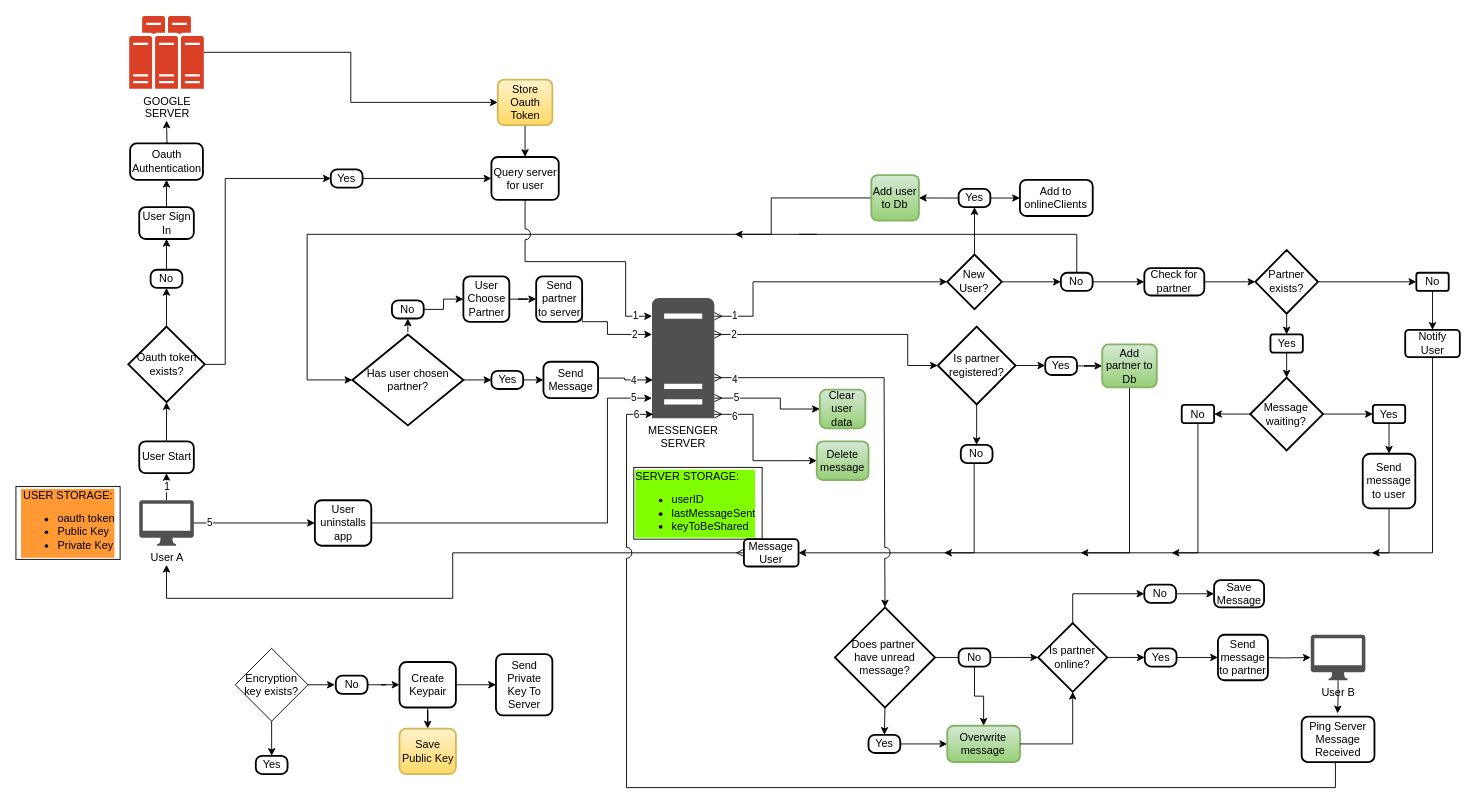
This is mini_messenger_flowchart.drawio from gitupwithit/mini_messenger_extension, a draw.io file, before an edit. Source tidied: cells renumbered, new cells numbered last; positions are measured from the earlier drawing's top-left corner, leaving out a move shared by most shapes. Both pictures are drawn from the tidied source at 91%, with x=0, y=0 at pixel (15, 15).
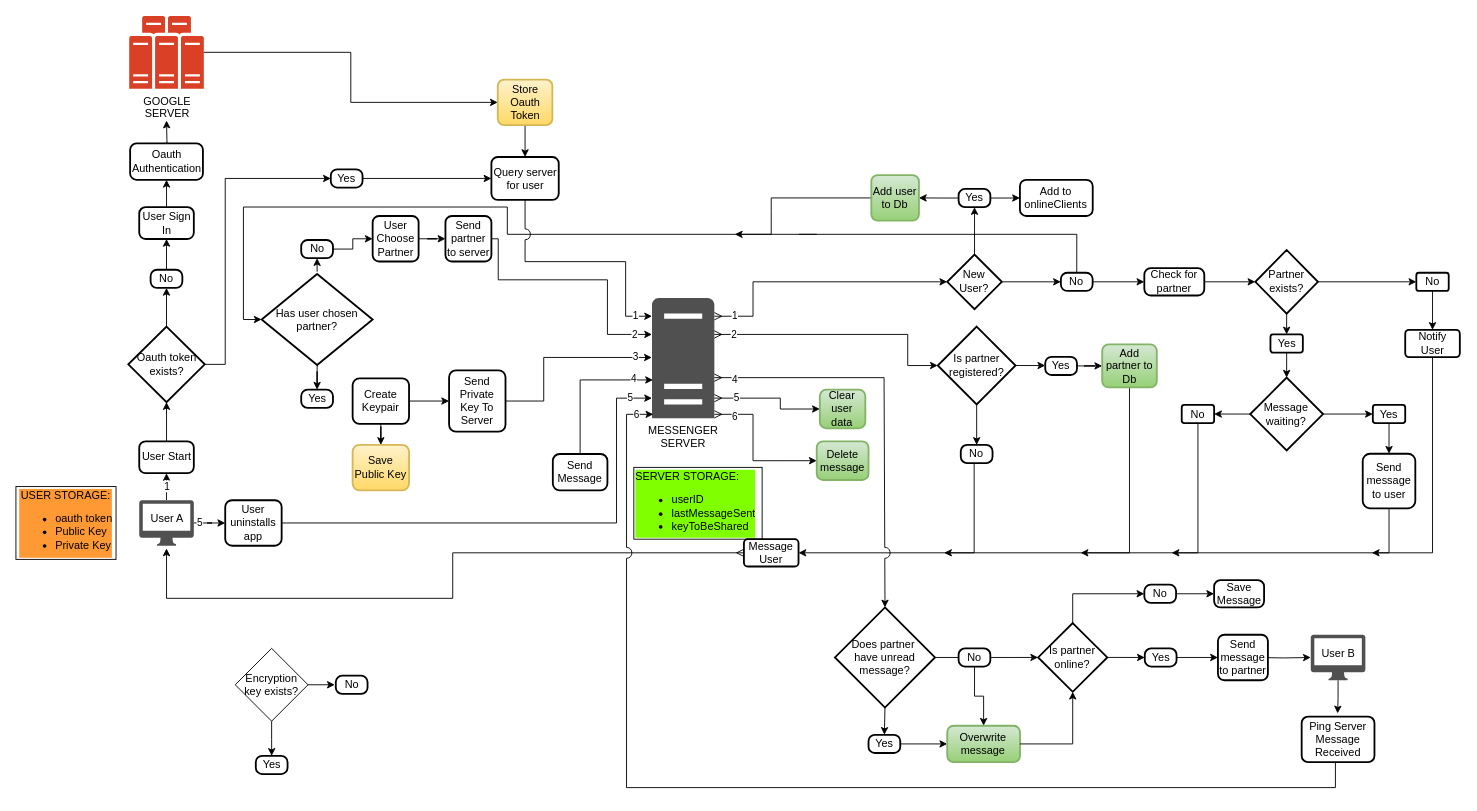
The same page after the edit.

Unchanged cells that the change refers to:
```xml
<mxCell id="8" value="MESSENGER&lt;br&gt;SERVER" style="sketch=0;shadow=0;dashed=0;html=1;strokeColor=none;fillColor=#505050;labelPosition=center;verticalLabelPosition=bottom;verticalAlign=top;outlineConnect=0;align=center;shape=mxgraph.office.servers.server_generic;points=[[0.11,0.94,0,0,0],[0.5,1,0,0,34],[1,1,0,2,3]];" parent="1" vertex="1">
  <mxGeometry x="699" y="310" width="68.5" height="132" as="geometry" />
</mxCell>
<mxCell id="87" value="Message User" style="whiteSpace=wrap;html=1;rounded=1;arcSize=14;strokeWidth=2;" parent="1" vertex="1">
  <mxGeometry x="800" y="575" width="60" height="30" as="geometry" />
</mxCell>
<mxCell id="118" value="No" style="rounded=1;whiteSpace=wrap;html=1;absoluteArcSize=1;arcSize=14;strokeWidth=2;" parent="1" vertex="1">
  <mxGeometry x="351.5" y="725" width="34.9" height="20" as="geometry" />
</mxCell>
```

Change to the diagram source:
```diff
@@
+    <mxCell id="130" style="rounded=0;jettySize=auto;html=1;exitX=0;exitY=0.5;exitDx=-3;exitDy=0;exitPerimeter=0;entryX=1;entryY=0;entryDx=0;entryDy=0;strokeColor=none;" parent="1" edge="1" source="4" target="128">
+      <mxGeometry relative="1" as="geometry" />
+    </mxCell>
-    <mxCell id="4" value="User A" style="sketch=0;shadow=0;dashed=0;html=1;strokeColor=none;fillColor=#505050;labelPosition=center;verticalLabelPosition=bottom;verticalAlign=top;outlineConnect=0;align=center;shape=mxgraph.office.devices.mac_client;points=[[0.02,0.06,0,0,0],[0.5,1,0,0,27]];" parent="1" vertex="1">
+    <mxCell id="4" value="User A" style="sketch=0;shadow=0;dashed=0;html=1;strokeColor=none;fillColor=#505050;labelPosition=center;verticalLabelPosition=bottom;verticalAlign=top;outlineConnect=0;align=center;shape=mxgraph.office.devices.mac_client;spacingTop=-43;points=[[0,0.5,0,-3,0],[0.5,1,0,0,3]];" parent="1" vertex="1">
       <mxGeometry x="135.5" y="532.2" width="60" height="50" as="geometry" />
     </mxCell>
@@
-    <mxCell id="25" style="edgeStyle=orthogonalEdgeStyle;rounded=0;jettySize=auto;html=1;exitX=0;exitY=0.5;exitDx=0;exitDy=0;entryX=0.5;entryY=1;entryDx=0;entryDy=21;entryPerimeter=0;startArrow=ERmany;startFill=0;flowAnimation=1;" parent="1" edge="1" source="87" target="4">
+    <mxCell id="25" style="edgeStyle=orthogonalEdgeStyle;rounded=0;jettySize=auto;html=1;exitX=0;exitY=0.5;exitDx=0;exitDy=0;startArrow=ERmany;startFill=0;flowAnimation=1;entryX=0.5;entryY=1;entryDx=0;entryDy=3;entryPerimeter=0;" parent="1" edge="1" source="87" target="4">
       <mxGeometry relative="1" as="geometry">
         <Array as="points">
           <mxPoint x="480" y="590" />
           <mxPoint x="480" y="640" />
-          <mxPoint x="165" y="640" />
+          <mxPoint x="166" y="640" />
         </Array>
       </mxGeometry>
     </mxCell>
     <mxCell id="26" style="edgeStyle=orthogonalEdgeStyle;rounded=0;jettySize=auto;html=1;flowAnimation=1;jumpStyle=arc;jumpSize=12;entryX=0;entryY=0.5;entryDx=0;entryDy=0;entryPerimeter=0;" parent="1" edge="1" target="46">
       <mxGeometry relative="1" as="geometry">
         <mxPoint x="830" y="215" as="sourcePoint" />
         <Array as="points">
           <mxPoint x="830" y="240" />
-          <mxPoint x="320" y="240" />
-          <mxPoint x="320" y="400" />
-          <mxPoint x="370" y="400" />
+          <mxPoint x="540" y="240" />
+          <mxPoint x="540" y="210" />
+          <mxPoint x="250" y="210" />
+          <mxPoint x="250" y="334" />
         </Array>
       </mxGeometry>
     </mxCell>
@@
     <mxCell id="44" style="edgeStyle=orthogonalEdgeStyle;rounded=0;jettySize=auto;html=1;exitX=0.5;exitY=0;exitDx=0;exitDy=0;exitPerimeter=0;entryX=0.5;entryY=1;entryDx=0;entryDy=0;" parent="1" edge="1" target="50">
       <mxGeometry relative="1" as="geometry">
-        <mxPoint x="430.7" y="347.5" as="sourcePoint" />
+        <mxPoint x="331" y="281.1" as="sourcePoint" />
       </mxGeometry>
     </mxCell>
-    <mxCell id="45" style="edgeStyle=orthogonalEdgeStyle;rounded=0;jettySize=auto;html=1;exitX=1;exitY=0.5;exitDx=0;exitDy=0;exitPerimeter=0;entryX=0;entryY=0.5;entryDx=0;entryDy=0;" parent="1" edge="1" source="46" target="48">
+    <mxCell id="45" style="edgeStyle=orthogonalEdgeStyle;rounded=0;jettySize=auto;html=1;entryX=0.5;entryY=0;entryDx=0;entryDy=0;" parent="1" edge="1" source="46" target="48">
       <mxGeometry relative="1" as="geometry" />
     </mxCell>
     <mxCell id="46" value="Has user chosen partner?" style="strokeWidth=2;html=1;shape=mxgraph.flowchart.decision;whiteSpace=wrap;" parent="1" vertex="1">
-      <mxGeometry x="369.7" y="350" width="122" height="100" as="geometry" />
+      <mxGeometry x="270" y="283.6" width="122" height="100" as="geometry" />
     </mxCell>
-    <mxCell id="47" style="edgeStyle=orthogonalEdgeStyle;rounded=0;jettySize=auto;html=1;exitX=1;exitY=0.5;exitDx=0;exitDy=0;entryX=0;entryY=0.5;entryDx=0;entryDy=0;" parent="1" edge="1" source="48" target="65">
-      <mxGeometry relative="1" as="geometry" />
-    </mxCell>
     <mxCell id="48" value="Yes" style="rounded=1;whiteSpace=wrap;html=1;absoluteArcSize=1;arcSize=14;strokeWidth=2;" parent="1" vertex="1">
-      <mxGeometry x="522.5" y="390" width="34.9" height="20" as="geometry" />
+      <mxGeometry x="313.5" y="410.7" width="34.9" height="20" as="geometry" />
     </mxCell>
@@
     <mxCell id="50" value="No" style="rounded=1;whiteSpace=wrap;html=1;absoluteArcSize=1;arcSize=14;strokeWidth=2;" parent="1" vertex="1">
-      <mxGeometry x="413.2" y="312.5" width="34.9" height="20" as="geometry" />
+      <mxGeometry x="313.5" y="246.2" width="34.9" height="20" as="geometry" />
     </mxCell>
@@
     <mxCell id="52" value="User Choose Partner" style="rounded=1;whiteSpace=wrap;html=1;absoluteArcSize=1;arcSize=14;strokeWidth=2;" parent="1" vertex="1">
-      <mxGeometry x="491.7" y="286.2" width="50.5" height="50" as="geometry" />
+      <mxGeometry x="392" y="219.9" width="50.5" height="50" as="geometry" />
     </mxCell>
     <mxCell id="53" value="2" style="edgeStyle=orthogonalEdgeStyle;rounded=0;jettySize=auto;html=1;exitX=1;exitY=0.5;exitDx=0;exitDy=0;" parent="1" edge="1" source="54" target="8">
-      <mxGeometry x="0.67" relative="1" as="geometry">
+      <mxGeometry x="0.87" relative="1" as="geometry">
         <Array as="points">
-          <mxPoint x="650" y="336" />
+          <mxPoint x="530" y="245" />
+          <mxPoint x="530" y="290" />
+          <mxPoint x="650" y="290" />
           <mxPoint x="650" y="350" />
         </Array>
       </mxGeometry>
     </mxCell>
     <mxCell id="54" value="Send&lt;div&gt;partner to server&lt;/div&gt;" style="rounded=1;whiteSpace=wrap;html=1;absoluteArcSize=1;arcSize=14;strokeWidth=2;" parent="1" vertex="1">
-      <mxGeometry x="571.7" y="286.2" width="50.5" height="50" as="geometry" />
+      <mxGeometry x="472" y="219.9" width="50.5" height="50" as="geometry" />
     </mxCell>
@@
     <mxCell id="65" value="Send Message" style="rounded=1;whiteSpace=wrap;html=1;absoluteArcSize=1;arcSize=15;strokeWidth=2;" parent="1" vertex="1">
-      <mxGeometry x="579.7" y="380" width="60" height="40" as="geometry" />
+      <mxGeometry x="590" y="481.4" width="60" height="40" as="geometry" />
     </mxCell>
@@
-    <mxCell id="75" value="User B" style="sketch=0;shadow=0;dashed=0;html=1;strokeColor=none;fillColor=#505050;labelPosition=center;verticalLabelPosition=bottom;verticalAlign=top;outlineConnect=0;align=center;shape=mxgraph.office.devices.mac_client;points=[[0,0,0,-37,-3],[0.5,1,0,0,21]];" parent="1" vertex="1">
+    <mxCell id="75" value="User B" style="sketch=0;shadow=0;dashed=0;html=1;strokeColor=none;fillColor=#505050;labelPosition=center;verticalLabelPosition=bottom;verticalAlign=top;outlineConnect=0;align=center;shape=mxgraph.office.devices.mac_client;points=[[0,0,0,-37,-3],[0.5,1,0,0,21]];spacingBottom=0;spacingTop=-43;" parent="1" vertex="1">
       <mxGeometry x="1422.9" y="680" width="60" height="50" as="geometry" />
     </mxCell>
@@
     <mxCell id="91" value="5" style="edgeStyle=orthogonalEdgeStyle;rounded=0;jettySize=auto;html=1;exitX=1;exitY=0.5;exitDx=0;exitDy=0;" parent="1" edge="1" source="92" target="8">
       <mxGeometry x="0.91" relative="1" as="geometry">
         <Array as="points">
-          <mxPoint x="650" y="557" />
-          <mxPoint x="650" y="420" />
+          <mxPoint x="660" y="557" />
+          <mxPoint x="660" y="420" />
         </Array>
       </mxGeometry>
     </mxCell>
     <mxCell id="92" value="User uninstalls app" style="rounded=1;whiteSpace=wrap;html=1;absoluteArcSize=1;arcSize=15;strokeWidth=2;" parent="1" vertex="1">
-      <mxGeometry x="328.5" y="532.2" width="62" height="50" as="geometry" />
+      <mxGeometry x="230" y="532.2" width="62" height="50" as="geometry" />
     </mxCell>
@@
-    <mxCell id="117" style="edgeStyle=orthogonalEdgeStyle;rounded=0;jettySize=auto;html=1;entryX=0;entryY=0.5;entryDx=0;entryDy=0;" parent="1" edge="1" source="118" target="121">
-      <mxGeometry relative="1" as="geometry" />
-    </mxCell>
@@
     <mxCell id="121" value="Create Keypair" style="rounded=1;whiteSpace=wrap;html=1;absoluteArcSize=1;arcSize=15;strokeWidth=2;" parent="1" vertex="1">
-      <mxGeometry x="421.5" y="710" width="62" height="50" as="geometry" />
+      <mxGeometry x="370" y="398.2" width="62" height="50" as="geometry" />
     </mxCell>
     <mxCell id="122" value="Send Private Key To Server" style="rounded=1;whiteSpace=wrap;html=1;absoluteArcSize=1;arcSize=15;strokeWidth=2;" parent="1" vertex="1">
-      <mxGeometry x="527.5" y="701.4" width="62" height="67.2" as="geometry" />
+      <mxGeometry x="476" y="389.6" width="62" height="67.2" as="geometry" />
     </mxCell>
@@
     <mxCell id="125" style="edgeStyle=orthogonalEdgeStyle;rounded=0;jettySize=auto;html=1;entryX=0.015;entryY=0.682;entryDx=0;entryDy=0;entryPerimeter=0;" parent="1" edge="1" source="65" target="8">
       <mxGeometry relative="1" as="geometry">
         <Array as="points">
-          <mxPoint x="669" y="398" />
-          <mxPoint x="669" y="400" />
+          <mxPoint x="620" y="400" />
         </Array>
       </mxGeometry>
     </mxCell>
     <mxCell id="126" value="4" style="edgeLabel;html=1;align=center;verticalAlign=middle;" parent="125" vertex="1">
       <mxGeometry x="0.63" relative="1" as="geometry">
-        <mxPoint x="-10" as="offset" />
+        <mxPoint x="8" y="-2" as="offset" />
       </mxGeometry>
     </mxCell>
     <mxCell id="127" value="Save Public Key" style="rounded=1;whiteSpace=wrap;html=1;absoluteArcSize=1;arcSize=15;strokeWidth=2;fillColor=#fff2cc;strokeColor=#d6b656;gradientColor=#ffd966;" parent="1" vertex="1">
-      <mxGeometry x="421.5" y="783.1" width="62" height="50" as="geometry" />
+      <mxGeometry x="370" y="471.4" width="62" height="50" as="geometry" />
     </mxCell>
     <mxCell id="128" value="USER STORAGE:&lt;div&gt;&lt;div style=&quot;&quot;&gt;&lt;ul&gt;&lt;li style=&quot;text-align: left;&quot;&gt;oauth token&lt;/li&gt;&lt;li style=&quot;text-align: left;&quot;&gt;Public Key&lt;/li&gt;&lt;li style=&quot;text-align: left;&quot;&gt;Private Key&lt;/li&gt;&lt;/ul&gt;&lt;/div&gt;&lt;div&gt;&lt;br&gt;&lt;/div&gt;&lt;/div&gt;" style="text;strokeColor=default;fillColor=none;html=1;whiteSpace=wrap;verticalAlign=middle;overflow=hidden;align=center;labelBackgroundColor=#FF9933;" parent="1" vertex="1">
-      <mxGeometry y="517.2" width="114.5" height="80" as="geometry" />
+      <mxGeometry y="517.2" width="110" height="80" as="geometry" />
     </mxCell>
@@
+    <mxCell id="131" style="edgeStyle=orthogonalEdgeStyle;rounded=0;jettySize=auto;html=1;exitX=1;exitY=0.5;exitDx=0;exitDy=0;entryX=-0.003;entryY=0.495;entryDx=0;entryDy=0;entryPerimeter=0;" parent="1" edge="1" source="122" target="8">
+      <mxGeometry relative="1" as="geometry">
+        <Array as="points">
+          <mxPoint x="580" y="423" />
+          <mxPoint x="580" y="375" />
+        </Array>
+      </mxGeometry>
+    </mxCell>
+    <mxCell id="132" value="3" style="edgeLabel;html=1;align=center;verticalAlign=middle;" parent="131" vertex="1">
+      <mxGeometry x="0.73" y="1" relative="1" as="geometry">
+        <mxPoint x="9" as="offset" />
+      </mxGeometry>
+    </mxCell>
```
